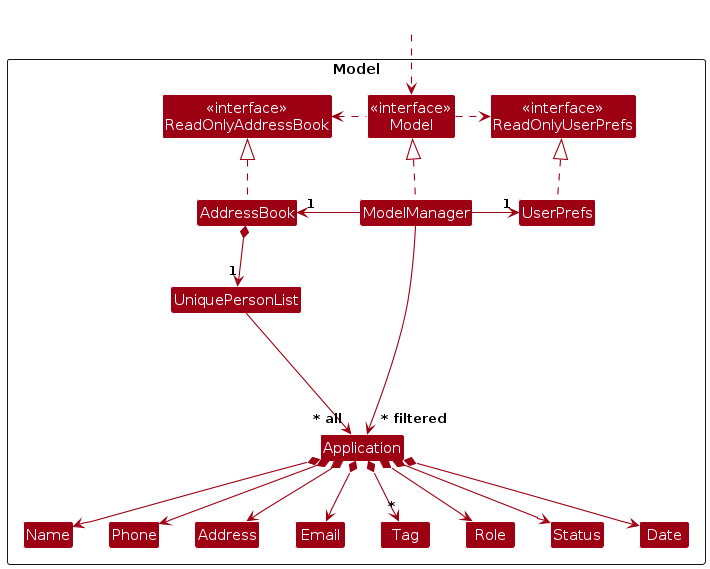
Above: diagrams/ModelClassDiagram.png in AY2526S2-CS2103T-F10-4/tp (PlantUML), before the change. Its source is kept beside it as diagrams/ModelClassDiagram.puml.
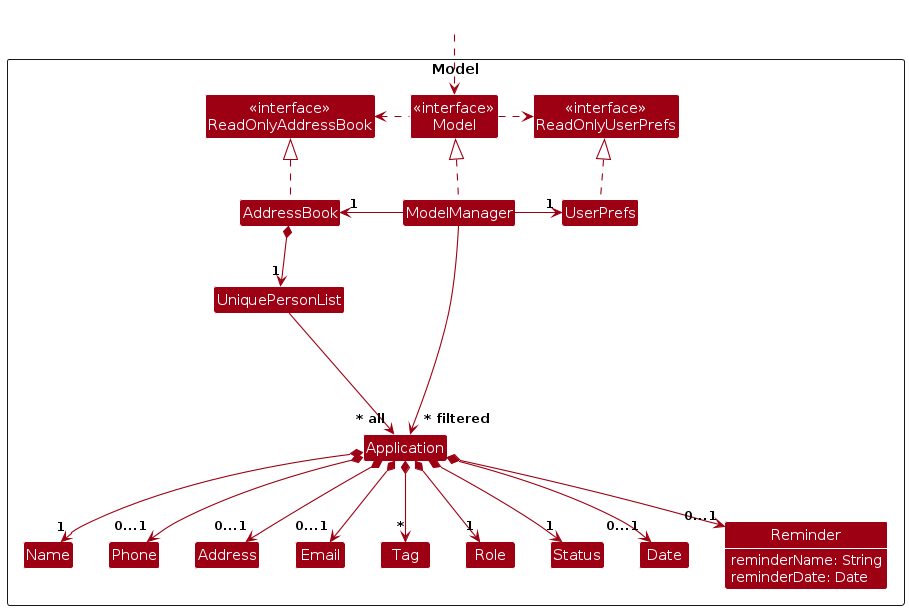
The same diagram one commit later.

Diff of the diagram source:
```diff
@@ -3,6 +3,7 @@
 skinparam arrowThickness 1.1
 skinparam arrowColor MODEL_COLOR
 skinparam classBackgroundColor MODEL_COLOR
+skinparam classAttributeFontColor #FFFFFF
 
 Package Model as ModelPackage <<Rectangle>>{
 Class "<<interface>>\nReadOnlyAddressBook" as ReadOnlyAddressBook
@@ -22,6 +23,10 @@
 Class Role
 Class Date
 Class Status
+Class Reminder {
+    reminderName: String
+    reminderDate: Date
+}
 
 Class I #FFFFFF
 }
@@ -40,14 +45,15 @@
 
 AddressBook *--> "1" UniquePersonList
 UniquePersonList --> "~* all" Application
-Application *--> Name
-Application *--> Role
-Application *--> Phone
-Application *--> Email
-Application *--> Address
-Application *--> Status
-Application *--> Date
+Application *--> "1" Name
+Application *--> "1" Role
+Application *--> "0...1" Phone
+Application *--> "0...1" Email
+Application *--> "0...1" Address
+Application *--> "1" Status
+Application *--> "0...1"Date
 Application *--> "*" Tag
+Application *--> "0...1" Reminder
 
 Application -[hidden]up--> I
 UniquePersonList -[hidden]right-> I
@@ -59,6 +65,7 @@
 Tag -[hidden]right-> Role
 Role -[hidden]right-> Status
 Status -[hidden]right-> Date
+Date -[hidden]right-> Reminder
 
 ModelManager --> "~* filtered" Application
 @enduml
```
